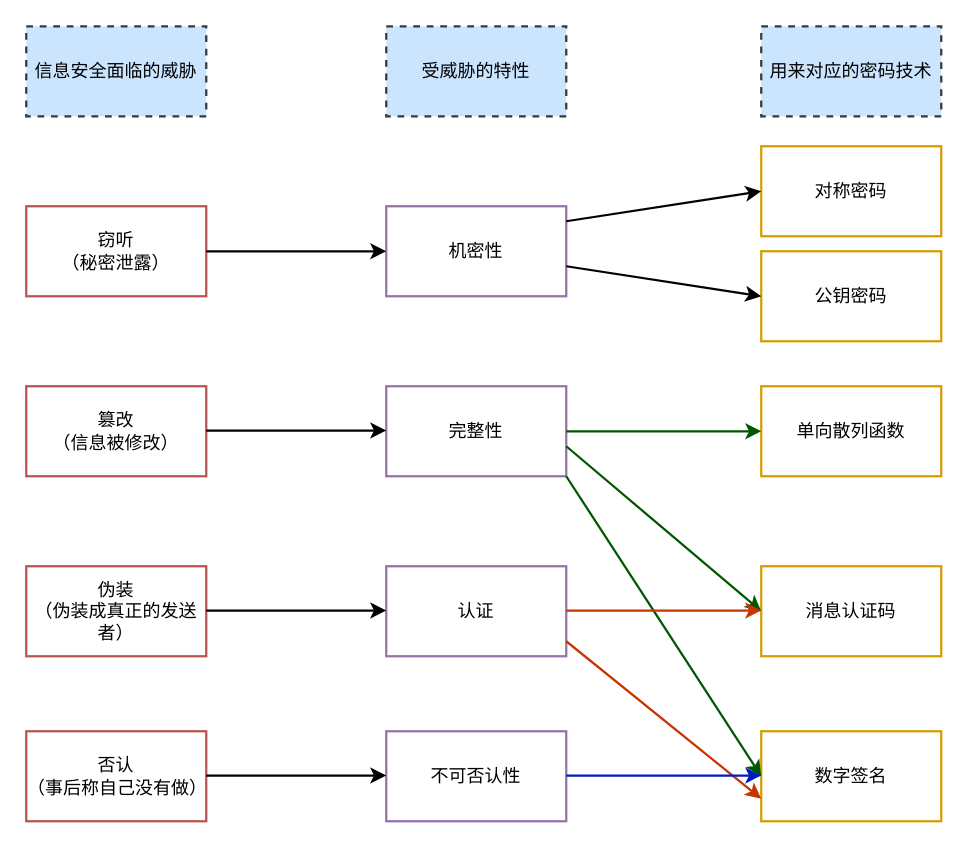
melonshell/draw.io keeps this draw.io diagram as base/信息安全的基本问题.drawio. Above is the earlier version. Source tidied: cells renumbered, new cells numbered last; positions are measured from the earlier drawing's top-left corner, leaving out a move shared by most shapes. Both pictures are drawn from the tidied source at 150%, with x=0, y=0 at pixel (26, 26).
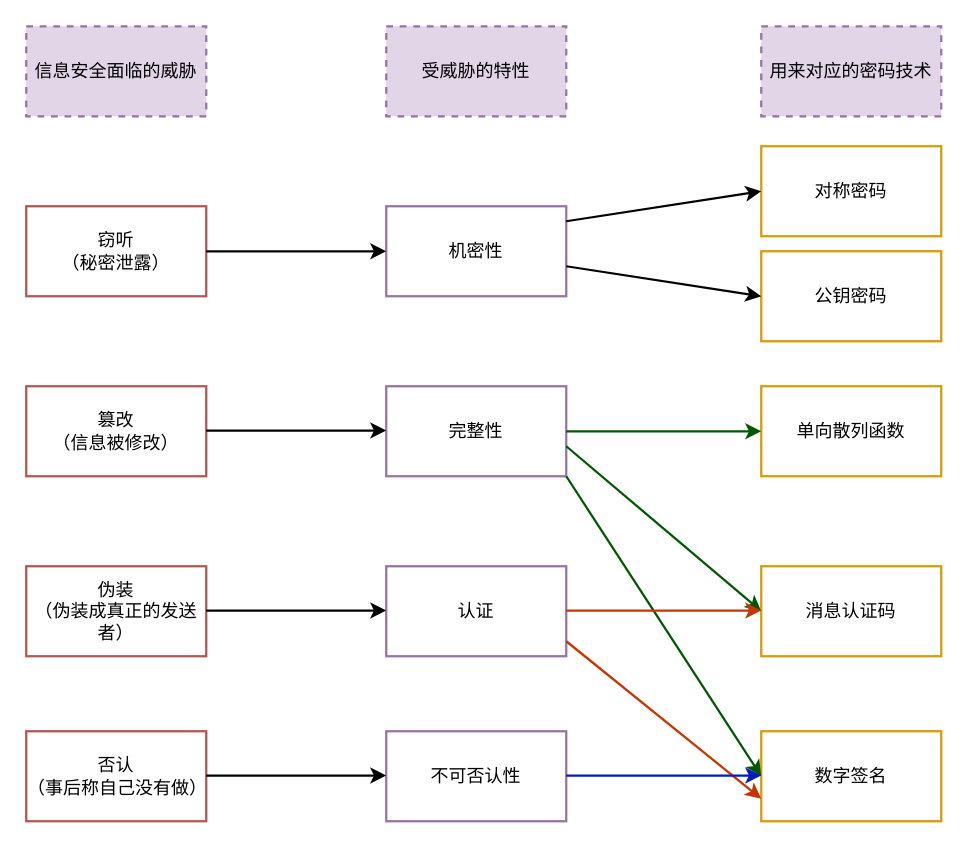
The same diagram, later.

Commit message:
更新信息安全的基本问题.drawio

Diff of the diagram source:
```diff
@@
-    <mxCell id="27" value="信息安全面临的威胁" style="rounded=0;whiteSpace=wrap;html=1;fillColor=#cce5ff;strokeColor=#36393d;dashed=1;strokeWidth=1.5;" parent="1" vertex="1">
+    <mxCell id="27" value="信息安全面临的威胁" style="rounded=0;whiteSpace=wrap;html=1;fillColor=#e1d5e7;strokeColor=#9673a6;dashed=1;strokeWidth=1.5;" parent="1" vertex="1">
       <mxGeometry width="120" height="60" as="geometry" />
     </mxCell>
-    <mxCell id="28" value="受威胁的特性" style="rounded=0;whiteSpace=wrap;html=1;fillColor=#cce5ff;strokeColor=#36393d;dashed=1;strokeWidth=1.5;" parent="1" vertex="1">
+    <mxCell id="28" value="受威胁的特性" style="rounded=0;whiteSpace=wrap;html=1;fillColor=#e1d5e7;strokeColor=#9673a6;dashed=1;strokeWidth=1.5;" parent="1" vertex="1">
       <mxGeometry x="240" width="120" height="60" as="geometry" />
     </mxCell>
-    <mxCell id="29" value="用来对应的密码技术" style="rounded=0;whiteSpace=wrap;html=1;fillColor=#cce5ff;strokeColor=#36393d;dashed=1;strokeWidth=1.5;" parent="1" vertex="1">
+    <mxCell id="29" value="用来对应的密码技术" style="rounded=0;whiteSpace=wrap;html=1;fillColor=#e1d5e7;strokeColor=#9673a6;dashed=1;strokeWidth=1.5;" parent="1" vertex="1">
       <mxGeometry x="490" width="120" height="60" as="geometry" />
     </mxCell>
```
